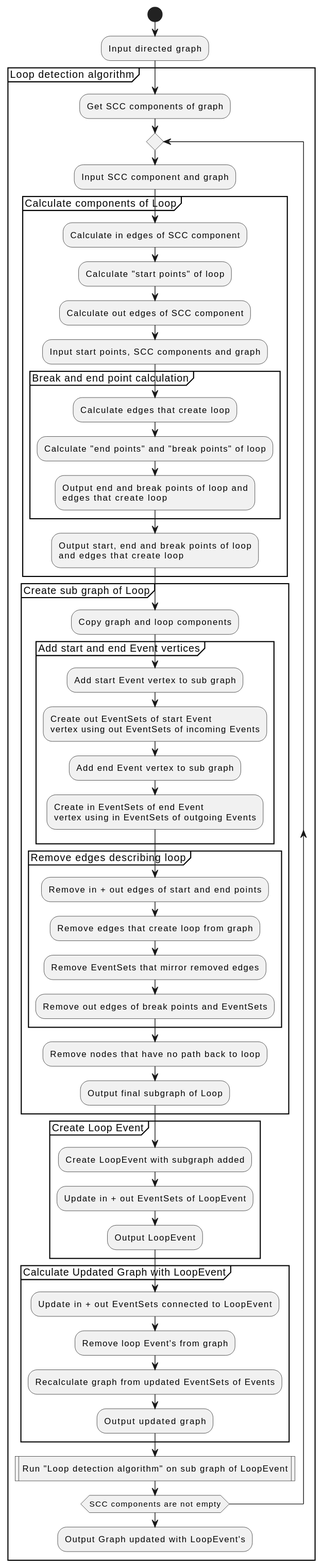
Above: docs/development/design/1-DN-SCC_loop_detection/Algorithm_Overview.svg in xtuml/otel2puml (PlantUML), before the change.
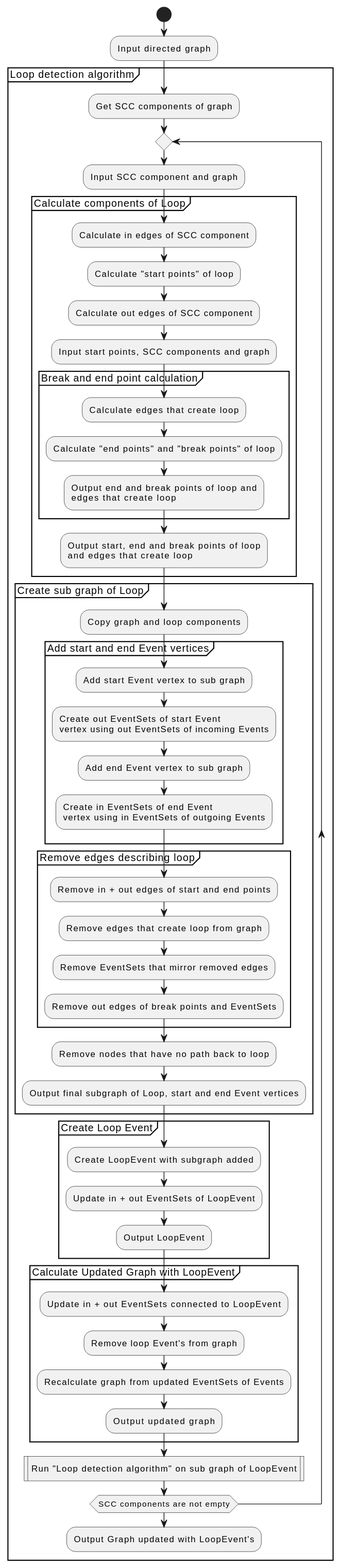
Above is the later version.

Commit message:
Cdstp 101 update uid sets for loop event (#87)

Change to the diagram source:
```diff
@@ -33,7 +33,7 @@
                     :Remove out edges of break points and EventSets;
                 }
                 :Remove nodes that have no path back to loop;
-                :Output final subgraph of Loop;
+                :Output final subgraph of Loop, start and end Event vertices;
             }
             partition "Create Loop Event" {
                 :Create LoopEvent with subgraph added;
```
